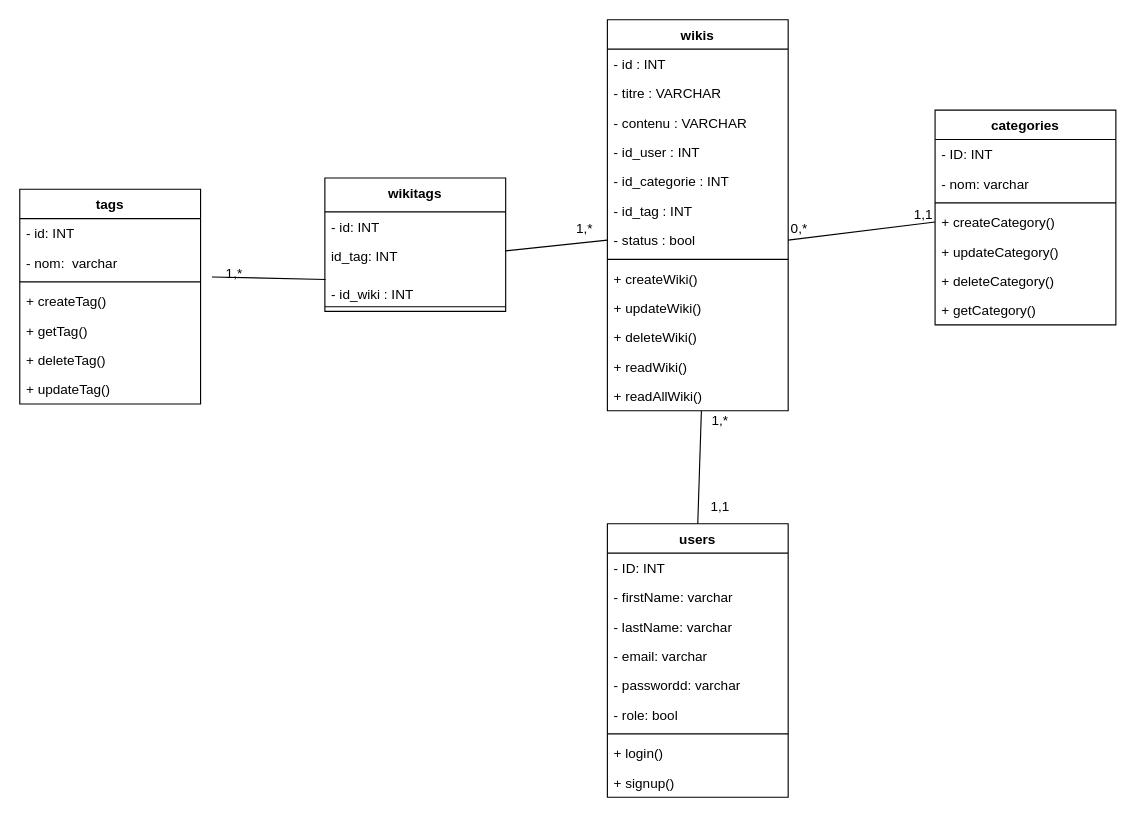
adnaneoth/wiki-sc keeps this draw.io diagram as UML/diagramme.drawio. Above is the earlier version. Source tidied: cells renumbered, new cells numbered last; positions are measured from the earlier drawing's top-left corner, leaving out a move shared by most shapes. Both pictures are drawn from the tidied source at 113%, with x=0, y=0 at pixel (19, 19).
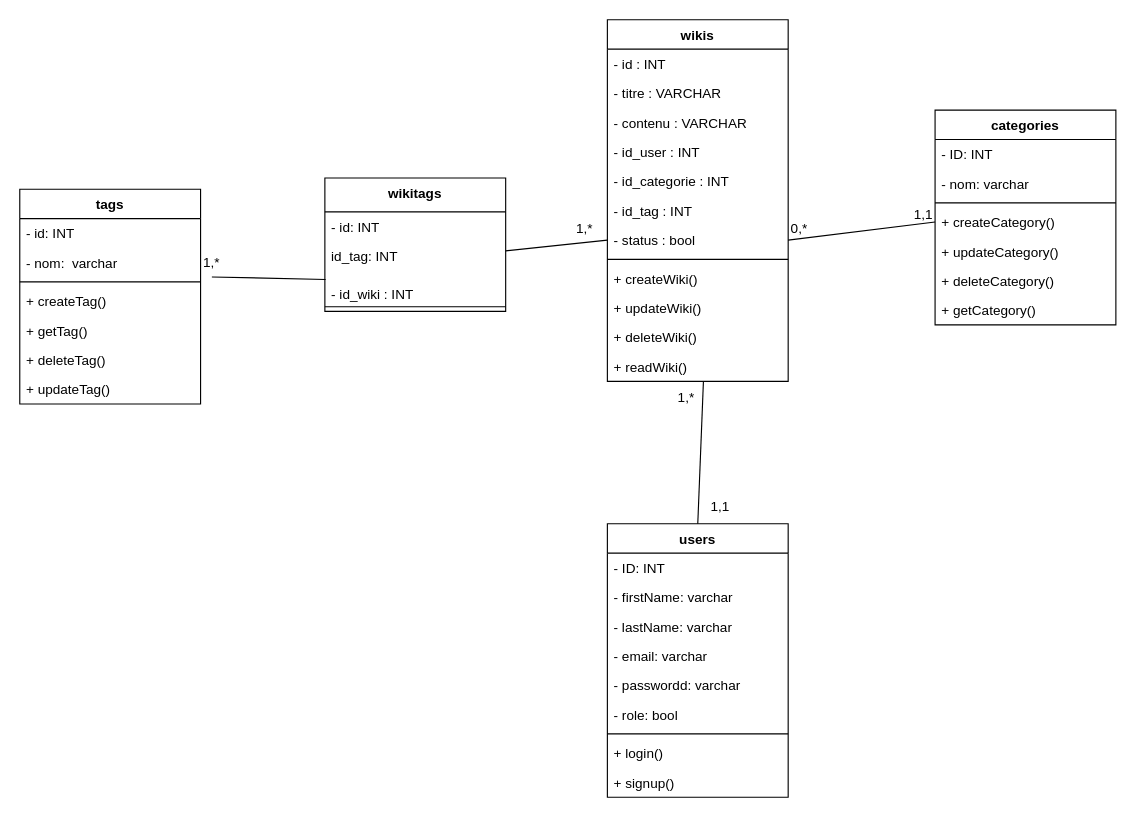
After the change.

Unchanged cells that the change refers to:
```xml
<mxCell id="2" value="users" style="swimlane;fontStyle=1;align=center;verticalAlign=top;horizontal=1;startSize=26;" parent="1" vertex="1">
  <mxGeometry x="520" y="446" width="160" height="242" as="geometry" />
</mxCell>
```

What changed in the source:
```diff
@@
     <mxCell id="12" value="wikis" style="swimlane;fontStyle=1;align=center;verticalAlign=top;horizontal=1;startSize=26;" parent="1" vertex="1">
-      <mxGeometry x="520" width="160" height="346" as="geometry" />
+      <mxGeometry x="520" width="160" height="320" as="geometry" />
     </mxCell>
@@
-    <mxCell id="25" value="+ readAllWiki()" style="text;strokeColor=none;fillColor=none;align=left;verticalAlign=top;spacingLeft=4;spacingRight=4;overflow=hidden;points=[[0,0.5],[1,0.5]];portConstraint=eastwest;" parent="12" vertex="1">
-      <mxGeometry y="320" width="160" height="26" as="geometry" />
-    </mxCell>
@@
-    <mxCell id="42" style="endArrow=none;html=1;entryX=0.52;entryY=1.004;entryDx=0;entryDy=0;exitX=0.5;exitY=0;exitDx=0;exitDy=0;entryPerimeter=0;" parent="1" edge="1" source="2" target="25">
+    <mxCell id="42" style="endArrow=none;html=1;entryX=0.75;entryY=0;entryDx=0;entryDy=0;exitX=0.5;exitY=0;exitDx=0;exitDy=0;" parent="1" edge="1" source="2" target="48">
       <mxGeometry relative="1" as="geometry" />
     </mxCell>
@@
     <mxCell id="48" value="1,*" style="text;html=1;strokeColor=none;fillColor=none;align=center;verticalAlign=middle;whiteSpace=wrap;rounded=0;" parent="1" vertex="1">
-      <mxGeometry x="590" y="340" width="60" height="30" as="geometry" />
+      <mxGeometry x="560" y="320" width="60" height="30" as="geometry" />
     </mxCell>
@@
     <mxCell id="50" value="1,*" style="text;html=1;strokeColor=none;fillColor=none;align=center;verticalAlign=middle;whiteSpace=wrap;rounded=0;" parent="1" vertex="1">
-      <mxGeometry x="160" y="210" width="60" height="30" as="geometry" />
+      <mxGeometry x="140" y="200" width="60" height="30" as="geometry" />
     </mxCell>
```
